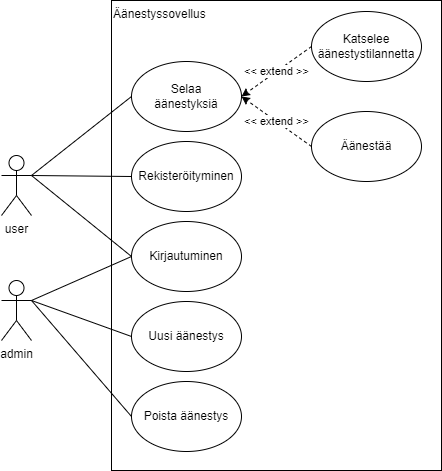
Before: aanestyssovellus.drawio.png, a diagram exported from draw.io (gitmixu/gitmixu.github.io). Source tidied: cells renumbered, new cells last; positions are measured from the earlier drawing's top-left corner, leaving out a move shared by most shapes.
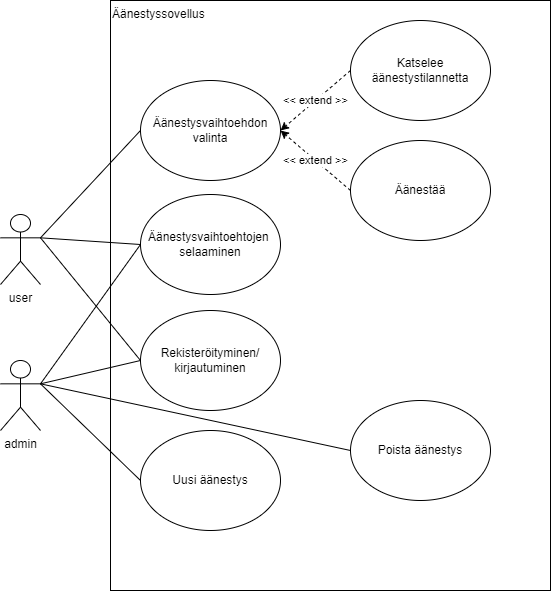
After the commit.

The edit, as a diff of the source:
```diff
@@ -3,43 +3,43 @@
     <mxCell id="0" />
     <mxCell id="1" parent="0" />
     <mxCell id="2" value="user" style="shape=umlActor;verticalLabelPosition=bottom;verticalAlign=top;html=1;outlineConnect=0;" parent="1" vertex="1">
-      <mxGeometry y="155" width="30" height="60" as="geometry" />
+      <mxGeometry y="155" width="40" height="70" as="geometry" />
     </mxCell>
     <mxCell id="3" value="admin" style="shape=umlActor;verticalLabelPosition=bottom;verticalAlign=top;html=1;outlineConnect=0;" parent="1" vertex="1">
-      <mxGeometry y="280" width="30" height="60" as="geometry" />
+      <mxGeometry y="301" width="40" height="70" as="geometry" />
     </mxCell>
     <mxCell id="4" value="Äänestyssovellus" style="rounded=0;whiteSpace=wrap;html=1;strokeWidth=1;align=left;verticalAlign=top;" parent="1" vertex="1">
-      <mxGeometry x="110" width="330" height="470" as="geometry" />
+      <mxGeometry x="110" y="-59" width="440" height="590" as="geometry" />
     </mxCell>
     <mxCell id="5" style="rounded=0;jettySize=auto;html=1;exitX=0;exitY=0.5;exitDx=0;exitDy=0;entryX=1;entryY=0.3333333333333333;entryDx=0;entryDy=0;entryPerimeter=0;endArrow=none;endFill=0;" parent="1" edge="1" source="6" target="2">
       <mxGeometry relative="1" as="geometry" />
     </mxCell>
-    <mxCell id="6" value="Selaa&lt;br&gt;äänestyksiä" style="ellipse;whiteSpace=wrap;html=1;" parent="1" vertex="1">
-      <mxGeometry x="130" y="61" width="110" height="70" as="geometry" />
+    <mxCell id="6" value="Äänestysvaihtoehdon valinta" style="ellipse;whiteSpace=wrap;html=1;" parent="1" vertex="1">
+      <mxGeometry x="140" y="21" width="140" height="100" as="geometry" />
     </mxCell>
     <mxCell id="7" style="rounded=0;jettySize=auto;html=1;exitX=0;exitY=0.5;exitDx=0;exitDy=0;entryX=1;entryY=0.3333333333333333;entryDx=0;entryDy=0;entryPerimeter=0;endArrow=none;endFill=0;" parent="1" edge="1" source="8" target="3">
       <mxGeometry relative="1" as="geometry" />
     </mxCell>
     <mxCell id="8" value="Uusi äänestys" style="ellipse;whiteSpace=wrap;html=1;" parent="1" vertex="1">
-      <mxGeometry x="130" y="301" width="110" height="70" as="geometry" />
+      <mxGeometry x="140" y="371" width="140" height="100" as="geometry" />
     </mxCell>
     <mxCell id="9" style="rounded=0;jettySize=auto;html=1;exitX=0;exitY=0.5;exitDx=0;exitDy=0;entryX=1;entryY=0.3333333333333333;entryDx=0;entryDy=0;entryPerimeter=0;endArrow=none;endFill=0;" parent="1" edge="1" source="10" target="3">
       <mxGeometry relative="1" as="geometry" />
     </mxCell>
     <mxCell id="10" value="Poista äänestys" style="ellipse;whiteSpace=wrap;html=1;" parent="1" vertex="1">
-      <mxGeometry x="130" y="381" width="110" height="70" as="geometry" />
+      <mxGeometry x="350" y="341" width="140" height="100" as="geometry" />
     </mxCell>
     <mxCell id="11" value="&amp;lt;&amp;lt; extend &amp;gt;&amp;gt;" style="rounded=0;jettySize=auto;html=1;exitX=0;exitY=0.5;exitDx=0;exitDy=0;entryX=1;entryY=0.5;entryDx=0;entryDy=0;dashed=1;" parent="1" edge="1" source="12" target="6">
       <mxGeometry relative="1" as="geometry" />
     </mxCell>
     <mxCell id="12" value="Äänestää" style="ellipse;whiteSpace=wrap;html=1;" parent="1" vertex="1">
-      <mxGeometry x="310" y="111" width="110" height="70" as="geometry" />
+      <mxGeometry x="350" y="81" width="140" height="100" as="geometry" />
     </mxCell>
     <mxCell id="13" value="&amp;lt;&amp;lt; extend &amp;gt;&amp;gt;" style="rounded=0;jettySize=auto;html=1;exitX=0;exitY=0.5;exitDx=0;exitDy=0;entryX=1;entryY=0.5;entryDx=0;entryDy=0;dashed=1;" parent="1" edge="1" source="14" target="6">
       <mxGeometry relative="1" as="geometry" />
     </mxCell>
     <mxCell id="14" value="Katselee äänestystilannetta" style="ellipse;whiteSpace=wrap;html=1;" parent="1" vertex="1">
-      <mxGeometry x="310" y="11" width="110" height="70" as="geometry" />
+      <mxGeometry x="350" y="-39" width="140" height="100" as="geometry" />
     </mxCell>
     <mxCell id="15" style="edgeStyle=none;html=1;exitX=0;exitY=0.5;exitDx=0;exitDy=0;entryX=1;entryY=0.3333333333333333;entryDx=0;entryDy=0;entryPerimeter=0;endArrow=none;endFill=0;" parent="1" edge="1" source="17" target="2">
       <mxGeometry relative="1" as="geometry" />
@@ -47,14 +47,17 @@
     <mxCell id="16" style="edgeStyle=none;html=1;exitX=0;exitY=0.5;exitDx=0;exitDy=0;entryX=1;entryY=0.3333333333333333;entryDx=0;entryDy=0;entryPerimeter=0;endArrow=none;endFill=0;" parent="1" edge="1" source="17" target="3">
       <mxGeometry relative="1" as="geometry" />
     </mxCell>
-    <mxCell id="17" value="Kirjautuminen" style="ellipse;whiteSpace=wrap;html=1;" parent="1" vertex="1">
-      <mxGeometry x="130" y="221" width="110" height="70" as="geometry" />
+    <mxCell id="17" value="Rekisteröityminen/ kirjautuminen" style="ellipse;whiteSpace=wrap;html=1;" parent="1" vertex="1">
+      <mxGeometry x="140" y="251" width="140" height="100" as="geometry" />
     </mxCell>
+    <mxCell id="20" style="html=1;exitX=0;exitY=0.5;exitDx=0;exitDy=0;entryX=1;entryY=0.3333333333333333;entryDx=0;entryDy=0;entryPerimeter=0;fontSize=12;endArrow=none;endFill=0;" parent="1" edge="1" source="18" target="3">
+      <mxGeometry relative="1" as="geometry" />
+    </mxCell>
+    <mxCell id="21" style="html=1;exitX=0;exitY=0.5;exitDx=0;exitDy=0;entryX=1;entryY=0.3333333333333333;entryDx=0;entryDy=0;entryPerimeter=0;fontSize=12;endArrow=none;endFill=0;" parent="1" edge="1" source="18" target="2">
+      <mxGeometry relative="1" as="geometry" />
+    </mxCell>
-    <mxCell id="18" style="edgeStyle=none;html=1;exitX=0;exitY=0.5;exitDx=0;exitDy=0;entryX=1;entryY=0.3333333333333333;entryDx=0;entryDy=0;entryPerimeter=0;endArrow=none;endFill=0;" parent="1" edge="1" source="19" target="2">
-      <mxGeometry relative="1" as="geometry" />
+    <mxCell id="18" value="Äänestysvaihtoehtojen&amp;nbsp;&lt;br&gt;selaaminen" style="ellipse;whiteSpace=wrap;html=1;" parent="1" vertex="1">
+      <mxGeometry x="140" y="135" width="140" height="100" as="geometry" />
     </mxCell>
-    <mxCell id="19" value="Rekisteröityminen" style="ellipse;whiteSpace=wrap;html=1;" parent="1" vertex="1">
-      <mxGeometry x="130" y="141" width="110" height="70" as="geometry" />
-    </mxCell>
   </root>
 </mxGraphModel>
```
